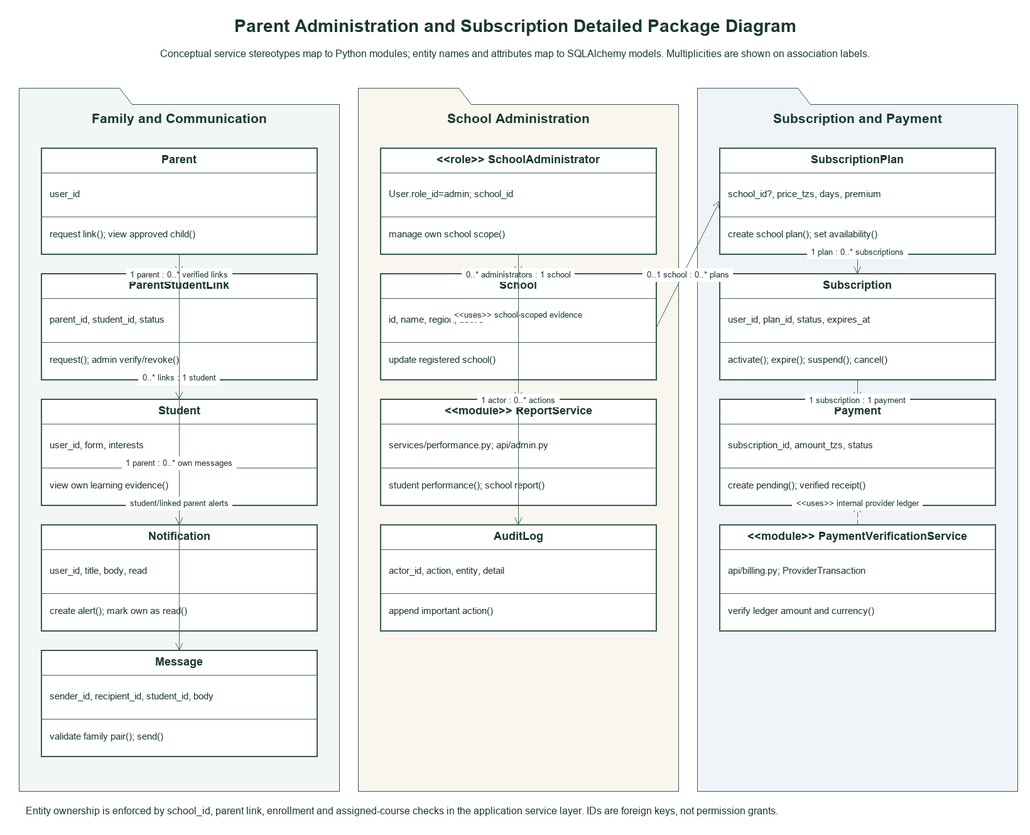
This is diagrams/png/08_Admin_Parent_Subscription_Detailed_Package.png from gloria-mbilinyi/EduAI-Tanzania, a draw.io export, as it was before one commit. Source tidied: cells renumbered, new cells last; positions are measured from the earlier drawing's top-left corner, leaving out a move shared by most shapes.
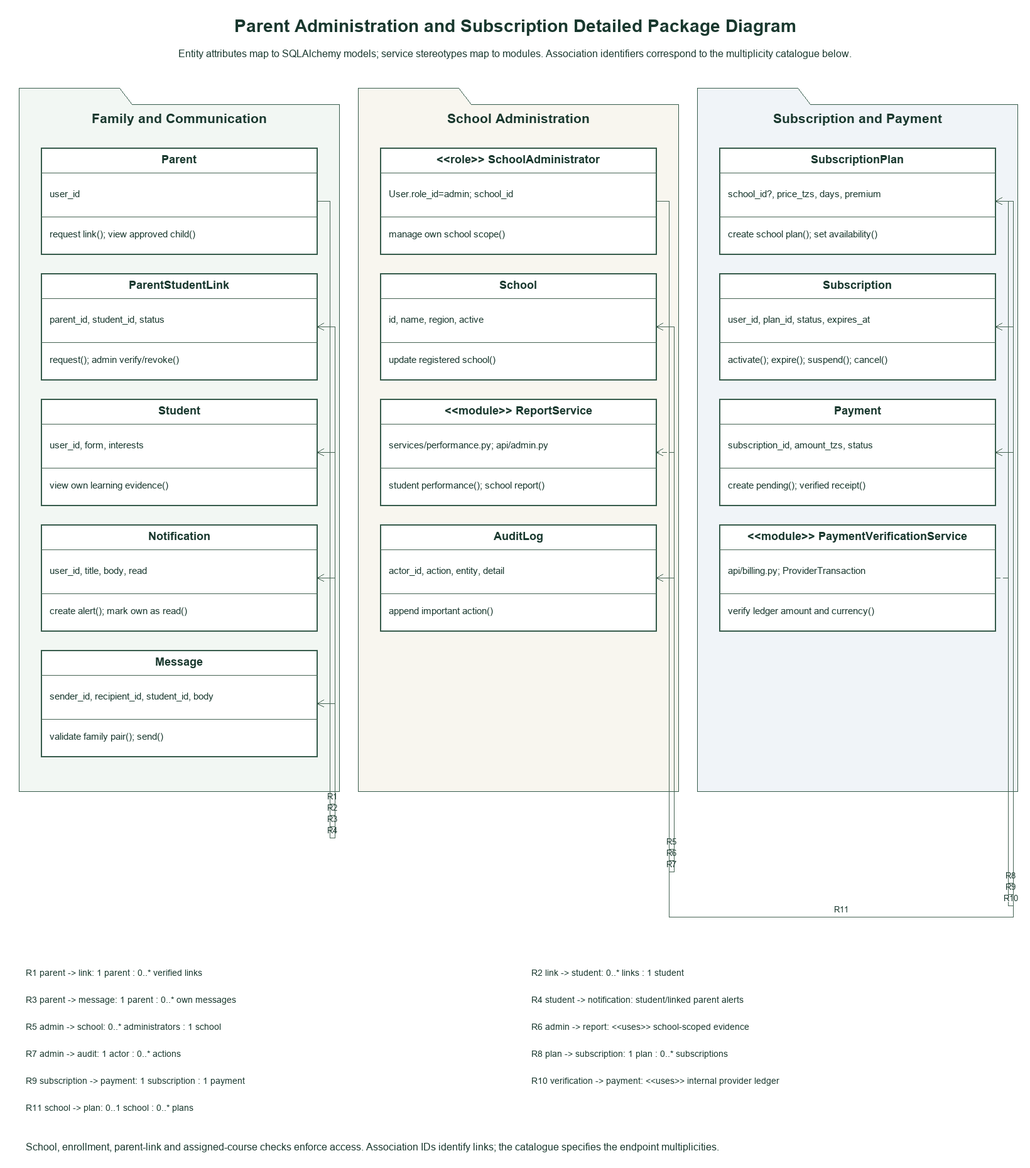
Above is the later version.

Diff of the diagram source:
```diff
@@ -5,7 +5,7 @@
     <mxCell id="2" value="Parent Administration and Subscription Detailed Package Diagram" style="text;strokeColor=none;fillColor=none;whiteSpace=wrap;html=0;fillColor=#ffffff;strokeColor=#365b4b;fontColor=#19382e;fontFamily=Arial;fontSize=28;fontStyle=1;spacing=6;" parent="1" vertex="1">
       <mxGeometry width="1590" height="45" as="geometry" />
     </mxCell>
-    <mxCell id="3" value="Conceptual service stereotypes map to Python modules; entity names and attributes map to SQLAlchemy models. Multiplicities are shown on association labels." style="text;strokeColor=none;fillColor=none;whiteSpace=wrap;html=0;fillColor=#ffffff;strokeColor=#365b4b;fontColor=#19382e;fontFamily=Arial;fontSize=16;fontStyle=0;spacing=6;" parent="1" vertex="1">
+    <mxCell id="3" value="Entity attributes map to SQLAlchemy models; service stereotypes map to modules. Association identifiers correspond to the multiplicity catalogue below." style="text;strokeColor=none;fillColor=none;whiteSpace=wrap;html=0;fillColor=#ffffff;strokeColor=#365b4b;fontColor=#19382e;fontFamily=Arial;fontSize=16;fontStyle=0;spacing=6;" parent="1" vertex="1">
       <mxGeometry y="48" width="1590" height="36" as="geometry" />
     </mxCell>
     <mxCell id="4" style="shape=folder;tabWidth=160;tabHeight=26;whiteSpace=wrap;html=0;fillColor=#f2f7f3;strokeColor=#365b4b;fontColor=#19382e;fontFamily=Arial;fontSize=17;fontStyle=0;spacing=6;" parent="1" vertex="1">
@@ -364,63 +364,195 @@
     <mxCell id="87" value="verify ledger amount and currency()" style="text;strokeColor=none;fillColor=none;whiteSpace=wrap;html=0;fillColor=#ffffff;strokeColor=#365b4b;fontColor=#19382e;fontFamily=Arial;fontSize=15;fontStyle=0;spacing=6;align=left;" parent="1" vertex="1">
       <mxGeometry x="1128" y="927" width="424" height="54" as="geometry" />
     </mxCell>
-    <mxCell id="88" value="1 parent : 0..* verified links" style="edgeStyle=none;rounded=0;html=0;fontFamily=Arial;fontSize=13;fontColor=#19382e;strokeColor=#456353;labelBackgroundColor=#ffffff;endArrow=open;endFill=0;" parent="1" edge="1" source="6" target="12">
+    <mxCell id="88" style="edgeStyle=none;rounded=0;html=0;fontFamily=Arial;fontSize=15;fontColor=#19382e;strokeColor=#456353;labelBackgroundColor=#ffffff;endArrow=open;endFill=0;exitX=1.0;exitY=0.5;exitPerimeter=0;entryX=1.0;entryY=0.5;entryPerimeter=0;" parent="1" edge="1" source="6" target="12">
       <mxGeometry relative="1" as="geometry">
-        <mxPoint y="18" as="offset" />
+        <Array as="points">
+          <mxPoint x="500" y="300" />
+          <mxPoint x="500" y="1260" />
+          <mxPoint x="508" y="1260" />
+          <mxPoint x="508" y="500" />
+        </Array>
+        <mxPoint y="-10" as="offset" />
       </mxGeometry>
     </mxCell>
-    <mxCell id="89" value="0..* links : 1 student" style="edgeStyle=none;rounded=0;html=0;fontFamily=Arial;fontSize=13;fontColor=#19382e;strokeColor=#456353;labelBackgroundColor=#ffffff;endArrow=open;endFill=0;" parent="1" edge="1" source="12" target="18">
-      <mxGeometry relative="1" as="geometry">
-        <mxPoint y="-18" as="offset" />
-      </mxGeometry>
+    <mxCell id="89" value="R1" style="text;strokeColor=none;fillColor=none;whiteSpace=wrap;html=0;fillColor=#ffffff;strokeColor=#365b4b;fontColor=#19382e;fontFamily=Arial;fontSize=13;fontStyle=0;spacing=6;" parent="1" vertex="1">
+      <mxGeometry x="476" y="1239" width="56" height="20" as="geometry" />
     </mxCell>
-    <mxCell id="90" value="1 parent : 0..* own messages" style="edgeStyle=none;rounded=0;html=0;fontFamily=Arial;fontSize=13;fontColor=#19382e;strokeColor=#456353;labelBackgroundColor=#ffffff;endArrow=open;endFill=0;" parent="1" edge="1" source="6" target="30">
-      <mxGeometry relative="1" as="geometry">
-        <mxPoint y="18" as="offset" />
-      </mxGeometry>
+    <mxCell id="90" value="R1  parent -&gt; link: 1 parent : 0..* verified links" style="text;strokeColor=none;fillColor=none;whiteSpace=wrap;html=0;fillColor=#ffffff;strokeColor=#365b4b;fontColor=#19382e;fontFamily=Arial;fontSize=14;fontStyle=0;spacing=6;align=left;" parent="1" vertex="1">
+      <mxGeometry x="10" y="1510" width="780" height="40" as="geometry" />
     </mxCell>
-    <mxCell id="91" value="student/linked parent alerts" style="edgeStyle=none;rounded=0;html=0;fontFamily=Arial;fontSize=13;fontColor=#19382e;strokeColor=#456353;labelBackgroundColor=#ffffff;endArrow=open;endFill=0;" parent="1" edge="1" source="18" target="24">
+    <mxCell id="91" style="edgeStyle=none;rounded=0;html=0;fontFamily=Arial;fontSize=15;fontColor=#19382e;strokeColor=#456353;labelBackgroundColor=#ffffff;endArrow=open;endFill=0;exitX=1.0;exitY=0.5;exitPerimeter=0;entryX=1.0;entryY=0.5;entryPerimeter=0;" parent="1" edge="1" source="12" target="18">
       <mxGeometry relative="1" as="geometry">
-        <mxPoint y="-18" as="offset" />
+        <Array as="points">
+          <mxPoint x="500" y="500" />
+          <mxPoint x="500" y="1278" />
+          <mxPoint x="508" y="1278" />
+          <mxPoint x="508" y="700" />
+        </Array>
+        <mxPoint y="-10" as="offset" />
       </mxGeometry>
     </mxCell>
-    <mxCell id="92" value="0..* administrators : 1 school" style="edgeStyle=none;rounded=0;html=0;fontFamily=Arial;fontSize=13;fontColor=#19382e;strokeColor=#456353;labelBackgroundColor=#ffffff;endArrow=open;endFill=0;" parent="1" edge="1" source="38" target="44">
-      <mxGeometry relative="1" as="geometry">
-        <mxPoint y="18" as="offset" />
-      </mxGeometry>
+    <mxCell id="92" value="R2" style="text;strokeColor=none;fillColor=none;whiteSpace=wrap;html=0;fillColor=#ffffff;strokeColor=#365b4b;fontColor=#19382e;fontFamily=Arial;fontSize=13;fontStyle=0;spacing=6;" parent="1" vertex="1">
+      <mxGeometry x="476" y="1257" width="56" height="20" as="geometry" />
     </mxCell>
-    <mxCell id="93" value="&lt;&lt;uses&gt;&gt; school-scoped evidence" style="edgeStyle=none;rounded=0;html=0;fontFamily=Arial;fontSize=13;fontColor=#19382e;strokeColor=#456353;labelBackgroundColor=#ffffff;endArrow=open;endFill=0;dashed=1;" parent="1" edge="1" source="38" target="50">
-      <mxGeometry relative="1" as="geometry">
-        <mxPoint y="-18" as="offset" />
-      </mxGeometry>
+    <mxCell id="93" value="R2  link -&gt; student: 0..* links : 1 student" style="text;strokeColor=none;fillColor=none;whiteSpace=wrap;html=0;fillColor=#ffffff;strokeColor=#365b4b;fontColor=#19382e;fontFamily=Arial;fontSize=14;fontStyle=0;spacing=6;align=left;" parent="1" vertex="1">
+      <mxGeometry x="815" y="1510" width="780" height="40" as="geometry" />
     </mxCell>
-    <mxCell id="94" value="1 actor : 0..* actions" style="edgeStyle=none;rounded=0;html=0;fontFamily=Arial;fontSize=13;fontColor=#19382e;strokeColor=#456353;labelBackgroundColor=#ffffff;endArrow=open;endFill=0;" parent="1" edge="1" source="38" target="56">
+    <mxCell id="94" style="edgeStyle=none;rounded=0;html=0;fontFamily=Arial;fontSize=15;fontColor=#19382e;strokeColor=#456353;labelBackgroundColor=#ffffff;endArrow=open;endFill=0;exitX=1.0;exitY=0.5;exitPerimeter=0;entryX=1.0;entryY=0.5;entryPerimeter=0;" parent="1" edge="1" source="6" target="30">
       <mxGeometry relative="1" as="geometry">
-        <mxPoint y="18" as="offset" />
+        <Array as="points">
+          <mxPoint x="500" y="300" />
+          <mxPoint x="500" y="1296" />
+          <mxPoint x="508" y="1296" />
+          <mxPoint x="508" y="1100" />
+        </Array>
+        <mxPoint y="-10" as="offset" />
       </mxGeometry>
     </mxCell>
-    <mxCell id="95" value="1 plan : 0..* subscriptions" style="edgeStyle=none;rounded=0;html=0;fontFamily=Arial;fontSize=13;fontColor=#19382e;strokeColor=#456353;labelBackgroundColor=#ffffff;endArrow=open;endFill=0;" parent="1" edge="1" source="64" target="70">
-      <mxGeometry relative="1" as="geometry">
-        <mxPoint y="-18" as="offset" />
-      </mxGeometry>
+    <mxCell id="95" value="R3" style="text;strokeColor=none;fillColor=none;whiteSpace=wrap;html=0;fillColor=#ffffff;strokeColor=#365b4b;fontColor=#19382e;fontFamily=Arial;fontSize=13;fontStyle=0;spacing=6;" parent="1" vertex="1">
+      <mxGeometry x="476" y="1275" width="56" height="20" as="geometry" />
     </mxCell>
-    <mxCell id="96" value="1 subscription : 1 payment" style="edgeStyle=none;rounded=0;html=0;fontFamily=Arial;fontSize=13;fontColor=#19382e;strokeColor=#456353;labelBackgroundColor=#ffffff;endArrow=open;endFill=0;" parent="1" edge="1" source="70" target="76">
-      <mxGeometry relative="1" as="geometry">
-        <mxPoint y="18" as="offset" />
-      </mxGeometry>
+    <mxCell id="96" value="R3  parent -&gt; message: 1 parent : 0..* own messages" style="text;strokeColor=none;fillColor=none;whiteSpace=wrap;html=0;fillColor=#ffffff;strokeColor=#365b4b;fontColor=#19382e;fontFamily=Arial;fontSize=14;fontStyle=0;spacing=6;align=left;" parent="1" vertex="1">
+      <mxGeometry x="10" y="1553" width="780" height="40" as="geometry" />
     </mxCell>
-    <mxCell id="97" value="&lt;&lt;uses&gt;&gt; internal provider ledger" style="edgeStyle=none;rounded=0;html=0;fontFamily=Arial;fontSize=13;fontColor=#19382e;strokeColor=#456353;labelBackgroundColor=#ffffff;endArrow=open;endFill=0;dashed=1;" parent="1" edge="1" source="82" target="76">
+    <mxCell id="97" style="edgeStyle=none;rounded=0;html=0;fontFamily=Arial;fontSize=15;fontColor=#19382e;strokeColor=#456353;labelBackgroundColor=#ffffff;endArrow=open;endFill=0;exitX=1.0;exitY=0.5;exitPerimeter=0;entryX=1.0;entryY=0.5;entryPerimeter=0;" parent="1" edge="1" source="18" target="24">
       <mxGeometry relative="1" as="geometry">
-        <mxPoint y="-18" as="offset" />
+        <Array as="points">
+          <mxPoint x="500" y="700" />
+          <mxPoint x="500" y="1314" />
+          <mxPoint x="508" y="1314" />
+          <mxPoint x="508" y="900" />
+        </Array>
+        <mxPoint y="-10" as="offset" />
       </mxGeometry>
     </mxCell>
-    <mxCell id="98" value="0..1 school : 0..* plans" style="edgeStyle=none;rounded=0;html=0;fontFamily=Arial;fontSize=13;fontColor=#19382e;strokeColor=#456353;labelBackgroundColor=#ffffff;endArrow=open;endFill=0;" parent="1" edge="1" source="44" target="64">
-      <mxGeometry relative="1" as="geometry">
-        <mxPoint y="18" as="offset" />
-      </mxGeometry>
+    <mxCell id="98" value="R4" style="text;strokeColor=none;fillColor=none;whiteSpace=wrap;html=0;fillColor=#ffffff;strokeColor=#365b4b;fontColor=#19382e;fontFamily=Arial;fontSize=13;fontStyle=0;spacing=6;" parent="1" vertex="1">
+      <mxGeometry x="476" y="1293" width="56" height="20" as="geometry" />
     </mxCell>
-    <mxCell id="99" value="Entity ownership is enforced by school_id, parent link, enrollment and assigned-course checks in the application service layer. IDs are foreign keys, not permission grants." style="text;strokeColor=none;fillColor=none;whiteSpace=wrap;html=0;fillColor=#ffffff;strokeColor=#365b4b;fontColor=#19382e;fontFamily=Arial;fontSize=16;fontStyle=0;spacing=6;align=left;" parent="1" vertex="1">
-      <mxGeometry x="10" y="1250" width="1570" height="45" as="geometry" />
+    <mxCell id="99" value="R4  student -&gt; notification: student/linked parent alerts" style="text;strokeColor=none;fillColor=none;whiteSpace=wrap;html=0;fillColor=#ffffff;strokeColor=#365b4b;fontColor=#19382e;fontFamily=Arial;fontSize=14;fontStyle=0;spacing=6;align=left;" parent="1" vertex="1">
+      <mxGeometry x="815" y="1553" width="780" height="40" as="geometry" />
     </mxCell>
+    <mxCell id="100" style="edgeStyle=none;rounded=0;html=0;fontFamily=Arial;fontSize=15;fontColor=#19382e;strokeColor=#456353;labelBackgroundColor=#ffffff;endArrow=open;endFill=0;exitX=1.0;exitY=0.5;exitPerimeter=0;entryX=1.0;entryY=0.5;entryPerimeter=0;" parent="1" edge="1" source="38" target="44">
+      <mxGeometry relative="1" as="geometry">
+        <Array as="points">
+          <mxPoint x="1040" y="300" />
+          <mxPoint x="1040" y="1332" />
+          <mxPoint x="1048" y="1332" />
+          <mxPoint x="1048" y="500" />
+        </Array>
+        <mxPoint y="-10" as="offset" />
+      </mxGeometry>
+    </mxCell>
+    <mxCell id="101" value="R5" style="text;strokeColor=none;fillColor=none;whiteSpace=wrap;html=0;fillColor=#ffffff;strokeColor=#365b4b;fontColor=#19382e;fontFamily=Arial;fontSize=13;fontStyle=0;spacing=6;" parent="1" vertex="1">
+      <mxGeometry x="1016" y="1311" width="56" height="20" as="geometry" />
+    </mxCell>
+    <mxCell id="102" value="R5  admin -&gt; school: 0..* administrators : 1 school" style="text;strokeColor=none;fillColor=none;whiteSpace=wrap;html=0;fillColor=#ffffff;strokeColor=#365b4b;fontColor=#19382e;fontFamily=Arial;fontSize=14;fontStyle=0;spacing=6;align=left;" parent="1" vertex="1">
+      <mxGeometry x="10" y="1596" width="780" height="40" as="geometry" />
+    </mxCell>
+    <mxCell id="103" style="edgeStyle=none;rounded=0;html=0;fontFamily=Arial;fontSize=15;fontColor=#19382e;strokeColor=#456353;labelBackgroundColor=#ffffff;endArrow=open;endFill=0;dashed=1;exitX=1.0;exitY=0.5;exitPerimeter=0;entryX=1.0;entryY=0.5;entryPerimeter=0;" parent="1" edge="1" source="38" target="50">
+      <mxGeometry relative="1" as="geometry">
+        <Array as="points">
+          <mxPoint x="1040" y="300" />
+          <mxPoint x="1040" y="1350" />
+          <mxPoint x="1048" y="1350" />
+          <mxPoint x="1048" y="700" />
+        </Array>
+        <mxPoint y="-10" as="offset" />
+      </mxGeometry>
+    </mxCell>
+    <mxCell id="104" value="R6" style="text;strokeColor=none;fillColor=none;whiteSpace=wrap;html=0;fillColor=#ffffff;strokeColor=#365b4b;fontColor=#19382e;fontFamily=Arial;fontSize=13;fontStyle=0;spacing=6;" parent="1" vertex="1">
+      <mxGeometry x="1016" y="1329" width="56" height="20" as="geometry" />
+    </mxCell>
+    <mxCell id="105" value="R6  admin -&gt; report: &lt;&lt;uses&gt;&gt; school-scoped evidence" style="text;strokeColor=none;fillColor=none;whiteSpace=wrap;html=0;fillColor=#ffffff;strokeColor=#365b4b;fontColor=#19382e;fontFamily=Arial;fontSize=14;fontStyle=0;spacing=6;align=left;" parent="1" vertex="1">
+      <mxGeometry x="815" y="1596" width="780" height="40" as="geometry" />
+    </mxCell>
+    <mxCell id="106" style="edgeStyle=none;rounded=0;html=0;fontFamily=Arial;fontSize=15;fontColor=#19382e;strokeColor=#456353;labelBackgroundColor=#ffffff;endArrow=open;endFill=0;exitX=1.0;exitY=0.5;exitPerimeter=0;entryX=1.0;entryY=0.5;entryPerimeter=0;" parent="1" edge="1" source="38" target="56">
+      <mxGeometry relative="1" as="geometry">
+        <Array as="points">
+          <mxPoint x="1040" y="300" />
+          <mxPoint x="1040" y="1368" />
+          <mxPoint x="1048" y="1368" />
+          <mxPoint x="1048" y="900" />
+        </Array>
+        <mxPoint y="-10" as="offset" />
+      </mxGeometry>
+    </mxCell>
+    <mxCell id="107" value="R7" style="text;strokeColor=none;fillColor=none;whiteSpace=wrap;html=0;fillColor=#ffffff;strokeColor=#365b4b;fontColor=#19382e;fontFamily=Arial;fontSize=13;fontStyle=0;spacing=6;" parent="1" vertex="1">
+      <mxGeometry x="1016" y="1347" width="56" height="20" as="geometry" />
+    </mxCell>
+    <mxCell id="108" value="R7  admin -&gt; audit: 1 actor : 0..* actions" style="text;strokeColor=none;fillColor=none;whiteSpace=wrap;html=0;fillColor=#ffffff;strokeColor=#365b4b;fontColor=#19382e;fontFamily=Arial;fontSize=14;fontStyle=0;spacing=6;align=left;" parent="1" vertex="1">
+      <mxGeometry x="10" y="1639" width="780" height="40" as="geometry" />
+    </mxCell>
+    <mxCell id="109" style="edgeStyle=none;rounded=0;html=0;fontFamily=Arial;fontSize=15;fontColor=#19382e;strokeColor=#456353;labelBackgroundColor=#ffffff;endArrow=open;endFill=0;exitX=1.0;exitY=0.5;exitPerimeter=0;entryX=1.0;entryY=0.5;entryPerimeter=0;" parent="1" edge="1" source="64" target="70">
+      <mxGeometry relative="1" as="geometry">
+        <Array as="points">
+          <mxPoint x="1580" y="300" />
+          <mxPoint x="1580" y="1386" />
+          <mxPoint x="1588" y="1386" />
+          <mxPoint x="1588" y="500" />
+        </Array>
+        <mxPoint y="-10" as="offset" />
+      </mxGeometry>
+    </mxCell>
+    <mxCell id="110" value="R8" style="text;strokeColor=none;fillColor=none;whiteSpace=wrap;html=0;fillColor=#ffffff;strokeColor=#365b4b;fontColor=#19382e;fontFamily=Arial;fontSize=13;fontStyle=0;spacing=6;" parent="1" vertex="1">
+      <mxGeometry x="1556" y="1365" width="56" height="20" as="geometry" />
+    </mxCell>
+    <mxCell id="111" value="R8  plan -&gt; subscription: 1 plan : 0..* subscriptions" style="text;strokeColor=none;fillColor=none;whiteSpace=wrap;html=0;fillColor=#ffffff;strokeColor=#365b4b;fontColor=#19382e;fontFamily=Arial;fontSize=14;fontStyle=0;spacing=6;align=left;" parent="1" vertex="1">
+      <mxGeometry x="815" y="1639" width="780" height="40" as="geometry" />
+    </mxCell>
+    <mxCell id="112" style="edgeStyle=none;rounded=0;html=0;fontFamily=Arial;fontSize=15;fontColor=#19382e;strokeColor=#456353;labelBackgroundColor=#ffffff;endArrow=open;endFill=0;exitX=1.0;exitY=0.5;exitPerimeter=0;entryX=1.0;entryY=0.5;entryPerimeter=0;" parent="1" edge="1" source="70" target="76">
+      <mxGeometry relative="1" as="geometry">
+        <Array as="points">
+          <mxPoint x="1580" y="500" />
+          <mxPoint x="1580" y="1404" />
+          <mxPoint x="1588" y="1404" />
+          <mxPoint x="1588" y="700" />
+        </Array>
+        <mxPoint y="-10" as="offset" />
+      </mxGeometry>
+    </mxCell>
+    <mxCell id="113" value="R9" style="text;strokeColor=none;fillColor=none;whiteSpace=wrap;html=0;fillColor=#ffffff;strokeColor=#365b4b;fontColor=#19382e;fontFamily=Arial;fontSize=13;fontStyle=0;spacing=6;" parent="1" vertex="1">
+      <mxGeometry x="1556" y="1383" width="56" height="20" as="geometry" />
+    </mxCell>
+    <mxCell id="114" value="R9  subscription -&gt; payment: 1 subscription : 1 payment" style="text;strokeColor=none;fillColor=none;whiteSpace=wrap;html=0;fillColor=#ffffff;strokeColor=#365b4b;fontColor=#19382e;fontFamily=Arial;fontSize=14;fontStyle=0;spacing=6;align=left;" parent="1" vertex="1">
+      <mxGeometry x="10" y="1682" width="780" height="40" as="geometry" />
+    </mxCell>
+    <mxCell id="115" style="edgeStyle=none;rounded=0;html=0;fontFamily=Arial;fontSize=15;fontColor=#19382e;strokeColor=#456353;labelBackgroundColor=#ffffff;endArrow=open;endFill=0;dashed=1;exitX=1.0;exitY=0.5;exitPerimeter=0;entryX=1.0;entryY=0.5;entryPerimeter=0;" parent="1" edge="1" source="82" target="76">
+      <mxGeometry relative="1" as="geometry">
+        <Array as="points">
+          <mxPoint x="1580" y="900" />
+          <mxPoint x="1580" y="1422" />
+          <mxPoint x="1588" y="1422" />
+          <mxPoint x="1588" y="700" />
+        </Array>
+        <mxPoint y="-10" as="offset" />
+      </mxGeometry>
+    </mxCell>
+    <mxCell id="116" value="R10" style="text;strokeColor=none;fillColor=none;whiteSpace=wrap;html=0;fillColor=#ffffff;strokeColor=#365b4b;fontColor=#19382e;fontFamily=Arial;fontSize=13;fontStyle=0;spacing=6;" parent="1" vertex="1">
+      <mxGeometry x="1556" y="1401" width="56" height="20" as="geometry" />
+    </mxCell>
+    <mxCell id="117" value="R10  verification -&gt; payment: &lt;&lt;uses&gt;&gt; internal provider ledger" style="text;strokeColor=none;fillColor=none;whiteSpace=wrap;html=0;fillColor=#ffffff;strokeColor=#365b4b;fontColor=#19382e;fontFamily=Arial;fontSize=14;fontStyle=0;spacing=6;align=left;" parent="1" vertex="1">
+      <mxGeometry x="815" y="1682" width="780" height="40" as="geometry" />
+    </mxCell>
+    <mxCell id="118" style="edgeStyle=none;rounded=0;html=0;fontFamily=Arial;fontSize=15;fontColor=#19382e;strokeColor=#456353;labelBackgroundColor=#ffffff;endArrow=open;endFill=0;exitX=1.0;exitY=0.5;exitPerimeter=0;entryX=1.0;entryY=0.5;entryPerimeter=0;" parent="1" edge="1" source="44" target="64">
+      <mxGeometry relative="1" as="geometry">
+        <Array as="points">
+          <mxPoint x="1040" y="500" />
+          <mxPoint x="1040" y="1440" />
+          <mxPoint x="1588" y="1440" />
+          <mxPoint x="1588" y="300" />
+        </Array>
+        <mxPoint y="-10" as="offset" />
+      </mxGeometry>
+    </mxCell>
+    <mxCell id="119" value="R11" style="text;strokeColor=none;fillColor=none;whiteSpace=wrap;html=0;fillColor=#ffffff;strokeColor=#365b4b;fontColor=#19382e;fontFamily=Arial;fontSize=13;fontStyle=0;spacing=6;" parent="1" vertex="1">
+      <mxGeometry x="1286" y="1419" width="56" height="20" as="geometry" />
+    </mxCell>
+    <mxCell id="120" value="R11  school -&gt; plan: 0..1 school : 0..* plans" style="text;strokeColor=none;fillColor=none;whiteSpace=wrap;html=0;fillColor=#ffffff;strokeColor=#365b4b;fontColor=#19382e;fontFamily=Arial;fontSize=14;fontStyle=0;spacing=6;align=left;" parent="1" vertex="1">
+      <mxGeometry x="10" y="1725" width="780" height="40" as="geometry" />
+    </mxCell>
+    <mxCell id="121" value="School, enrollment, parent-link and assigned-course checks enforce access. Association IDs identify links; the catalogue specifies the endpoint multiplicities." style="text;strokeColor=none;fillColor=none;whiteSpace=wrap;html=0;fillColor=#ffffff;strokeColor=#365b4b;fontColor=#19382e;fontFamily=Arial;fontSize=16;fontStyle=0;spacing=6;align=left;" parent="1" vertex="1">
+      <mxGeometry x="10" y="1790" width="1570" height="35" as="geometry" />
+    </mxCell>
   </root>
 </mxGraphModel>
```
